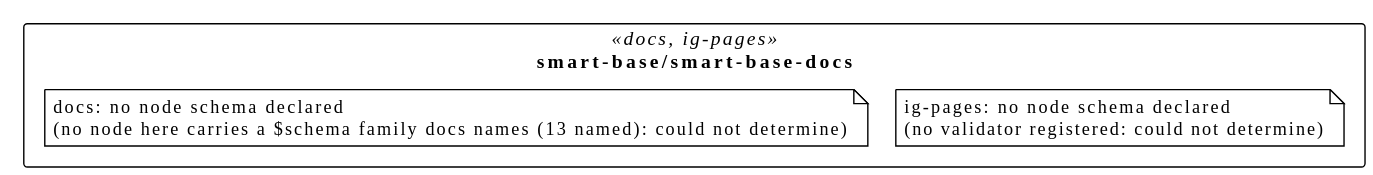
Earlier version of the PlantUML export assets/img/uml/overview/smart-base/smart-base-docs.svg (litlfred/smart-trust).
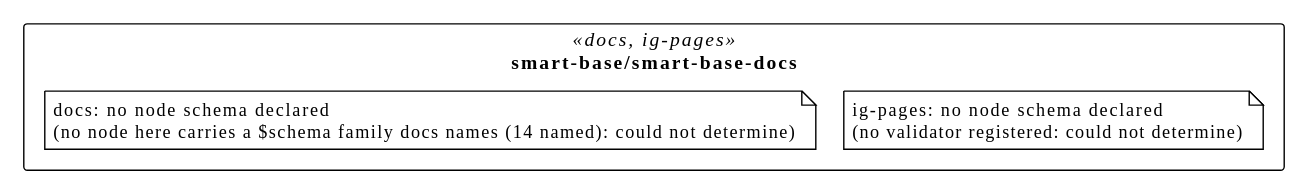
After the commit.

Change to the diagram source:
```diff
@@ -7,7 +7,7 @@
 hide empty methods
 
 package "smart-base/smart-base-docs" as pkg_smart_base_smart_base_docs <<docs, ig-pages>> {
-  note "docs: no node schema declared\n(no node here carries a $schema family docs names (13 named): could not determine)" as n_smart_base_smart_base_docs_docs
+  note "docs: no node schema declared\n(no node here carries a $schema family docs names (14 named): could not determine)" as n_smart_base_smart_base_docs_docs
   note "ig-pages: no node schema declared\n(no validator registered: could not determine)" as n_smart_base_smart_base_docs_ig_pages
 }
 @enduml
```
